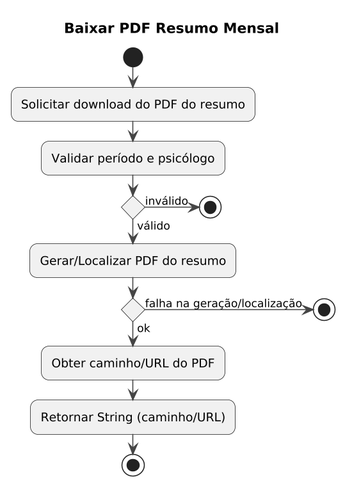
This is specs/logica/resumo_mensal_baixar.png from leticiazlopes/shalom-plus, a PlantUML export, as it was before one commit. The source it was exported from:
```plantuml
@startuml
title Baixar PDF Resumo Mensal
skinparam monochrome true
skinparam shadowing false
skinparam roundcorner 15
skinparam dpi 150
skinparam ArrowColor #444444

start
:Solicitar download do PDF do resumo;

:Validar período e psicólogo;
if () then (inválido)
  stop
else (válido)
  :Gerar/Localizar PDF do resumo;
endif

if () then (falha na geração/localização)
  stop
else (ok)
  :Obter caminho/URL do PDF;
endif

:Retornar String (caminho/URL);
stop
@enduml
```
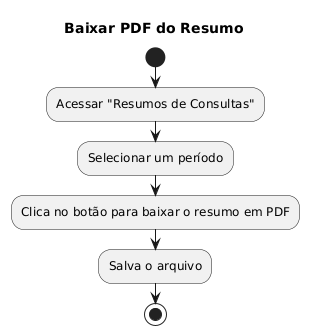
Above is the later version.

Commit message:
add alteração diagramas

Diff of the diagram source:
```diff
@@ -1,27 +1,10 @@
 @startuml
-title Baixar PDF Resumo Mensal
-skinparam monochrome true
-skinparam shadowing false
-skinparam roundcorner 15
-skinparam dpi 150
-skinparam ArrowColor #444444
+title Baixar PDF do Resumo
 
 start
-:Solicitar download do PDF do resumo;
-
-:Validar período e psicólogo;
-if () then (inválido)
-  stop
-else (válido)
-  :Gerar/Localizar PDF do resumo;
-endif
-
-if () then (falha na geração/localização)
-  stop
-else (ok)
-  :Obter caminho/URL do PDF;
-endif
-
-:Retornar String (caminho/URL);
+:Acessar "Resumos de Consultas";
+:Selecionar um período;
+:Clica no botão para baixar o resumo em PDF;
+:Salva o arquivo;
 stop
 @enduml
```
